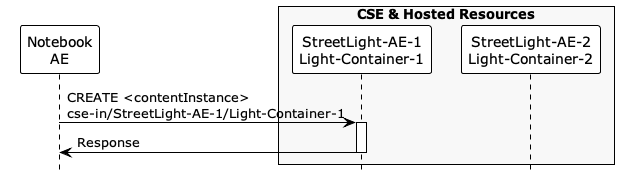
Above: images/05/create_contentInstance_1.png in ankraft/onem2m-jupyter-notebooks (PlantUML), before the change.
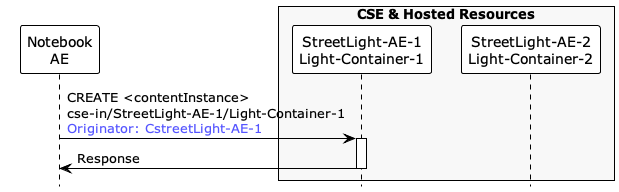
After the change.

Change to the diagram source:
```diff
@@ -10,7 +10,7 @@
 participant "StreetLight-AE-2\nLight-Container-2" as container2
 end box
 
-AE -> container1 ++: CREATE <contentInstance>\ncse-in/StreetLight-AE-1/Light-Container-1
+AE -> container1 ++: CREATE <contentInstance>\ncse-in/StreetLight-AE-1/Light-Container-1\n<font color="#5555ff">Originator: CstreetLight-AE-1
 AE <- container1 --: Response
 
 @enduml
```
